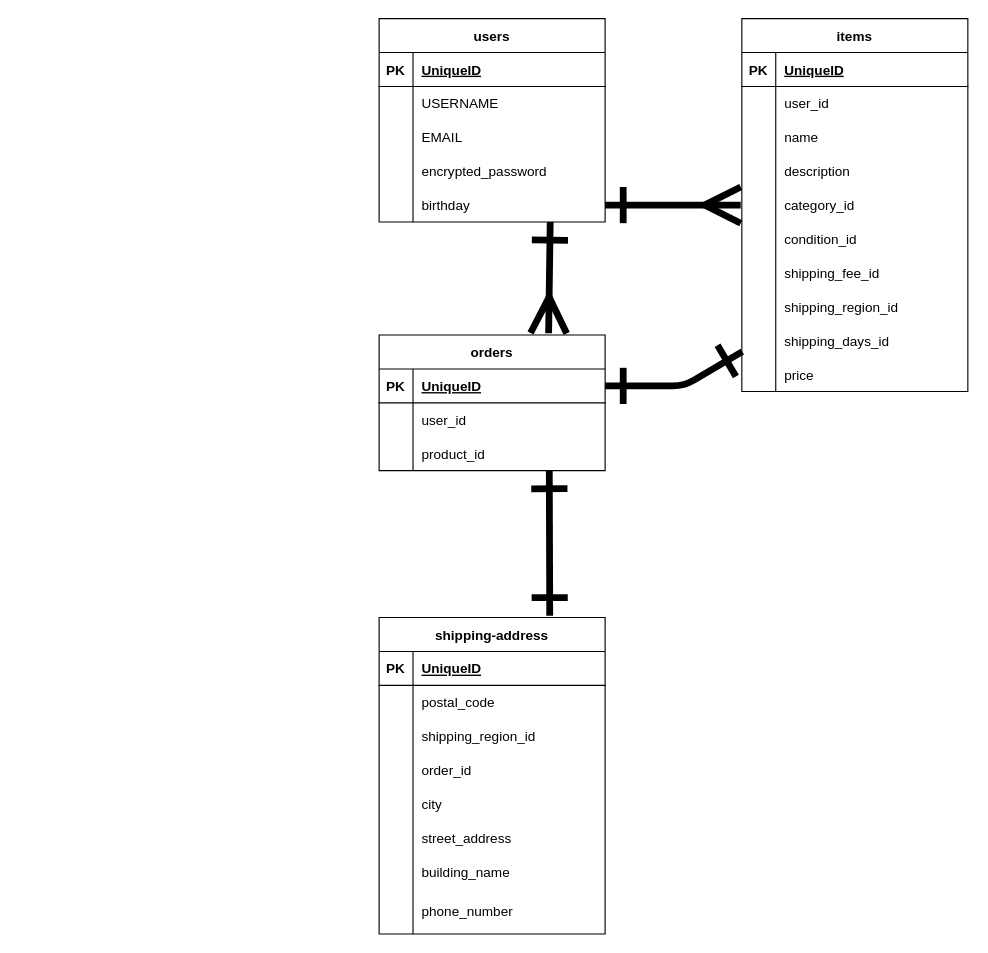
The draw.io diagram furima.dio in morozoff0613/furima-39320, before the edit. Source tidied: cells renumbered, new cells numbered last; positions are measured from the earlier drawing's top-left corner, leaving out a move shared by most shapes. Both pictures are drawn from the tidied source at 113%, with x=0, y=0 at pixel (379, 18).
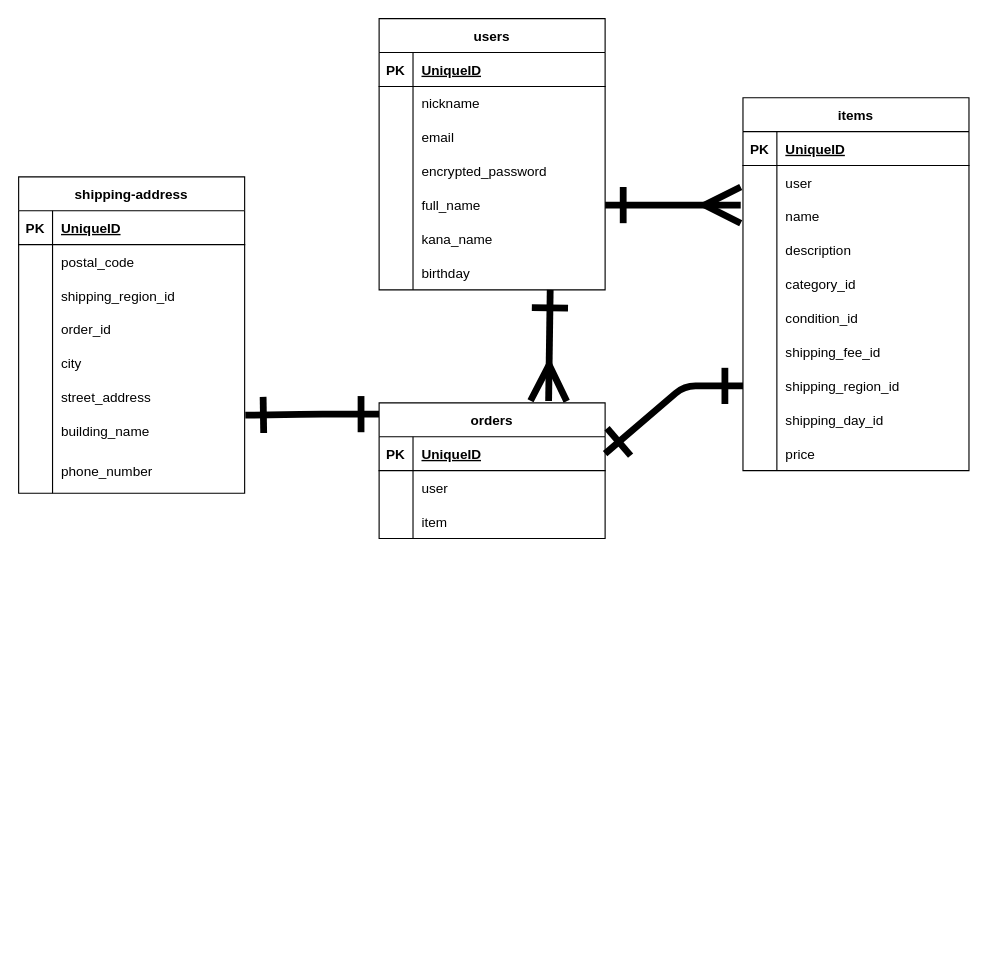
The same page after the edit.

Commit message (it also covers changes not shown here):
データベースの設計（修正2）

The change refers to these unchanged cells:
```xml
<mxCell id="22" style="shape=tableRow;horizontal=0;startSize=0;swimlaneHead=0;swimlaneBody=0;fillColor=none;points=[[0,0.5],[1,0.5]];portConstraint=eastwest;top=0;left=0;right=0;bottom=0;" parent="3" vertex="1">
  <mxGeometry y="210" width="200" height="30" as="geometry" />
</mxCell>
<mxCell id="30" style="shape=tableRow;horizontal=0;startSize=0;swimlaneHead=0;swimlaneBody=0;fillColor=none;points=[[0,0.5],[1,0.5]];portConstraint=eastwest;top=0;left=0;right=0;bottom=1;" parent="29" vertex="1">
  <mxGeometry y="30" width="200" height="30" as="geometry" />
</mxCell>
<mxCell id="33" style="shape=tableRow;horizontal=0;startSize=0;swimlaneHead=0;swimlaneBody=0;fillColor=none;top=0;left=0;right=0;bottom=0;" parent="29" vertex="1">
  <mxGeometry y="60" width="200" height="30" as="geometry" />
</mxCell>
<mxCell id="36" style="shape=tableRow;horizontal=0;startSize=0;swimlaneHead=0;swimlaneBody=0;fillColor=none;top=0;left=0;right=0;bottom=0;" parent="29" vertex="1">
  <mxGeometry y="90" width="200" height="30" as="geometry" />
</mxCell>
<mxCell id="43" style="shape=tableRow;horizontal=0;startSize=0;swimlaneHead=0;swimlaneBody=0;fillColor=none;top=0;left=0;right=0;bottom=0;" parent="39" vertex="1">
  <mxGeometry y="60" width="200" height="30" as="geometry" />
</mxCell>
<mxCell id="61" style="shape=tableRow;horizontal=0;startSize=0;swimlaneHead=0;swimlaneBody=0;fillColor=none;points=[[0,0.5],[1,0.5]];portConstraint=eastwest;top=0;left=0;right=0;bottom=0;" parent="39" vertex="1">
  <mxGeometry y="240" width="200" height="30" as="geometry" />
</mxCell>
<mxCell id="64" style="shape=tableRow;horizontal=0;startSize=0;swimlaneHead=0;swimlaneBody=0;fillColor=none;points=[[0,0.5],[1,0.5]];portConstraint=eastwest;top=0;left=0;right=0;bottom=0;" parent="39" vertex="1">
  <mxGeometry y="270" width="200" height="30" as="geometry" />
</mxCell>
<mxCell id="74" style="shape=tableRow;horizontal=0;startSize=0;swimlaneHead=0;swimlaneBody=0;fillColor=none;top=0;left=0;right=0;bottom=0;" parent="70" vertex="1">
  <mxGeometry y="60" width="200" height="30" as="geometry" />
</mxCell>
<mxCell id="77" style="shape=tableRow;horizontal=0;startSize=0;swimlaneHead=0;swimlaneBody=0;fillColor=none;top=0;left=0;right=0;bottom=0;" parent="70" vertex="1">
  <mxGeometry y="90" width="200" height="30" as="geometry" />
</mxCell>
```

The edit, as a diff of the source:
```diff
@@
-    <mxCell id="2" style="edgeStyle=none;rounded=1;html=1;entryX=0.753;entryY=1.04;entryDx=0;entryDy=0;entryPerimeter=0;strokeWidth=6;startArrow=ERone;startFill=0;endArrow=ERone;endFill=0;startSize=25;endSize=25;sourcePerimeterSpacing=25;targetPerimeterSpacing=25;" parent="1" edge="1">
+    <mxCell id="2" style="edgeStyle=none;rounded=1;html=1;entryX=1.003;entryY=0.031;entryDx=0;entryDy=0;entryPerimeter=0;strokeWidth=6;startArrow=ERone;startFill=0;endArrow=ERone;endFill=0;startSize=25;endSize=25;sourcePerimeterSpacing=25;targetPerimeterSpacing=25;" parent="1" edge="1" target="22">
       <mxGeometry relative="1" as="geometry">
-        <mxPoint x="151" y="528.4" as="sourcePoint" />
-        <mxPoint x="150.6" y="400" as="targetPoint" />
+        <mxPoint y="350" as="sourcePoint" />
+        <Array as="points">
+          <mxPoint x="-30" y="350" />
+          <mxPoint x="-60" y="350" />
+        </Array>
       </mxGeometry>
     </mxCell>
     <mxCell id="3" value="shipping-address" style="shape=table;startSize=30;childLayout=tableLayout;rowLines=0;fontStyle=1;align=center;" parent="1" vertex="1">
-      <mxGeometry y="530" width="200" height="280" as="geometry" />
+      <mxGeometry x="-319" y="140" width="200" height="280" as="geometry" />
     </mxCell>
@@
     <mxCell id="28" style="edgeStyle=none;rounded=1;html=1;entryX=0.757;entryY=1.08;entryDx=0;entryDy=0;entryPerimeter=0;strokeWidth=6;endArrow=ERone;endFill=0;startSize=25;endSize=25;targetPerimeterSpacing=25;startArrow=ERmany;startFill=0;sourcePerimeterSpacing=25;" parent="1" edge="1">
       <mxGeometry relative="1" as="geometry">
-        <mxPoint x="150" y="278.4" as="sourcePoint" />
-        <mxPoint x="151.4" y="180" as="targetPoint" />
+        <mxPoint x="150" y="338.4" as="sourcePoint" />
+        <mxPoint x="151.4" y="240" as="targetPoint" />
       </mxGeometry>
     </mxCell>
     <mxCell id="29" value="orders" style="shape=table;startSize=30;childLayout=tableLayout;rowLines=0;fontStyle=1;align=center;" parent="1" vertex="1">
-      <mxGeometry y="280" width="200" height="120" as="geometry" />
+      <mxGeometry y="340" width="200" height="120" as="geometry" />
     </mxCell>
@@
-    <mxCell id="35" value="user_id" style="shape=partialRectangle;fillColor=none;top=0;left=0;bottom=0;right=0;align=left;spacingLeft=6;overflow=hidden;" parent="33" vertex="1">
+    <mxCell id="35" value="user" style="shape=partialRectangle;fillColor=none;top=0;left=0;bottom=0;right=0;align=left;spacingLeft=6;overflow=hidden;" parent="33" vertex="1">
       <mxGeometry x="30" width="170" height="30" as="geometry" />
     </mxCell>
@@
-    <mxCell id="38" value="product_id" style="shape=partialRectangle;fillColor=none;top=0;left=0;bottom=0;right=0;align=left;spacingLeft=6;overflow=hidden;" parent="36" vertex="1">
+    <mxCell id="38" value="item" style="shape=partialRectangle;fillColor=none;top=0;left=0;bottom=0;right=0;align=left;spacingLeft=6;overflow=hidden;" parent="36" vertex="1">
       <mxGeometry x="30" width="170" height="30" as="geometry" />
     </mxCell>
     <mxCell id="39" value="items" style="shape=table;startSize=30;childLayout=tableLayout;rowLines=0;fontStyle=1;align=center;" parent="1" vertex="1">
-      <mxGeometry x="321" width="200" height="330" as="geometry" />
+      <mxGeometry x="322" y="70" width="200" height="330" as="geometry" />
     </mxCell>
@@
-    <mxCell id="45" value="user_id" style="shape=partialRectangle;fillColor=none;top=0;left=0;bottom=0;right=0;align=left;spacingLeft=6;overflow=hidden;" parent="43" vertex="1">
+    <mxCell id="45" value="user" style="shape=partialRectangle;fillColor=none;top=0;left=0;bottom=0;right=0;align=left;spacingLeft=6;overflow=hidden;" parent="43" vertex="1">
       <mxGeometry x="30" width="170" height="30" as="geometry" />
     </mxCell>
@@
-    <mxCell id="66" value="shipping_days_id" style="shape=partialRectangle;fillColor=none;top=0;left=0;bottom=0;right=0;align=left;spacingLeft=6;overflow=hidden;" parent="64" vertex="1">
+    <mxCell id="66" value="shipping_day_id" style="shape=partialRectangle;fillColor=none;top=0;left=0;bottom=0;right=0;align=left;spacingLeft=6;overflow=hidden;" parent="64" vertex="1">
       <mxGeometry x="30" width="170" height="30" as="geometry" />
     </mxCell>
@@
     <mxCell id="70" value="users" style="shape=table;startSize=30;childLayout=tableLayout;rowLines=0;fontStyle=1;align=center;" parent="1" vertex="1">
-      <mxGeometry width="200" height="180" as="geometry" />
+      <mxGeometry width="200" height="240" as="geometry" />
     </mxCell>
@@
-    <mxCell id="76" value="USERNAME " style="shape=partialRectangle;fillColor=none;top=0;left=0;bottom=0;right=0;align=left;spacingLeft=6;overflow=hidden;" parent="74" vertex="1">
+    <mxCell id="76" value="nickname" style="shape=partialRectangle;fillColor=none;top=0;left=0;bottom=0;right=0;align=left;spacingLeft=6;overflow=hidden;" parent="74" vertex="1">
       <mxGeometry x="30" width="170" height="30" as="geometry" />
     </mxCell>
@@
-    <mxCell id="79" value="EMAIL" style="shape=partialRectangle;fillColor=none;top=0;left=0;bottom=0;right=0;align=left;spacingLeft=6;overflow=hidden;" parent="77" vertex="1">
+    <mxCell id="79" value="email" style="shape=partialRectangle;fillColor=none;top=0;left=0;bottom=0;right=0;align=left;spacingLeft=6;overflow=hidden;" parent="77" vertex="1">
       <mxGeometry x="30" width="170" height="30" as="geometry" />
     </mxCell>
@@
+    <mxCell id="88" style="shape=tableRow;horizontal=0;startSize=0;swimlaneHead=0;swimlaneBody=0;fillColor=none;points=[[0,0.5],[1,0.5]];portConstraint=eastwest;top=0;left=0;right=0;bottom=0;" parent="70" vertex="1">
+      <mxGeometry y="150" width="200" height="30" as="geometry" />
+    </mxCell>
+    <mxCell id="89" style="shape=partialRectangle;fillColor=none;top=0;left=0;bottom=0;right=0;overflow=hidden;" parent="88" vertex="1">
+      <mxGeometry width="30" height="30" as="geometry" />
+    </mxCell>
+    <mxCell id="90" value="full_name" style="shape=partialRectangle;fillColor=none;top=0;left=0;bottom=0;right=0;align=left;spacingLeft=6;overflow=hidden;" parent="88" vertex="1">
+      <mxGeometry x="30" width="170" height="30" as="geometry" />
+    </mxCell>
+    <mxCell id="91" style="shape=tableRow;horizontal=0;startSize=0;swimlaneHead=0;swimlaneBody=0;fillColor=none;top=0;left=0;right=0;bottom=0;" parent="70" vertex="1">
+      <mxGeometry y="180" width="200" height="30" as="geometry" />
+    </mxCell>
+    <mxCell id="92" style="shape=partialRectangle;fillColor=none;top=0;left=0;bottom=0;right=0;overflow=hidden;" parent="91" vertex="1">
+      <mxGeometry width="30" height="30" as="geometry" />
+    </mxCell>
+    <mxCell id="93" value="kana_name" style="shape=partialRectangle;fillColor=none;top=0;left=0;bottom=0;right=0;align=left;spacingLeft=6;overflow=hidden;" parent="91" vertex="1">
+      <mxGeometry x="30" width="170" height="30" as="geometry" />
+    </mxCell>
     <mxCell id="83" style="shape=tableRow;horizontal=0;startSize=0;swimlaneHead=0;swimlaneBody=0;fillColor=none;points=[[0,0.5],[1,0.5]];portConstraint=eastwest;top=0;left=0;right=0;bottom=0;" parent="70" vertex="1">
-      <mxGeometry y="150" width="200" height="30" as="geometry" />
+      <mxGeometry y="210" width="200" height="30" as="geometry" />
     </mxCell>
@@
-    <mxCell id="86" style="edgeStyle=none;html=1;exitX=1;exitY=0.5;exitDx=0;exitDy=0;endArrow=ERmany;endFill=0;startSize=25;strokeWidth=6;targetPerimeterSpacing=25;endSize=25;rounded=1;startArrow=ERone;startFill=0;" parent="1" edge="1" source="83">
+    <mxCell id="86" style="edgeStyle=none;html=1;endArrow=ERmany;endFill=0;startSize=25;strokeWidth=6;targetPerimeterSpacing=25;endSize=25;rounded=1;startArrow=ERone;startFill=0;" parent="1" edge="1" source="88">
       <mxGeometry relative="1" as="geometry">
         <mxPoint x="320" y="165" as="targetPoint" />
+        <Array as="points">
+          <mxPoint x="250" y="165" />
+        </Array>
       </mxGeometry>
     </mxCell>
-    <mxCell id="87" style="edgeStyle=none;rounded=1;html=1;entryX=0.002;entryY=0.824;entryDx=0;entryDy=0;strokeWidth=6;startArrow=ERone;startFill=0;endArrow=ERone;endFill=0;startSize=25;endSize=25;sourcePerimeterSpacing=25;targetPerimeterSpacing=25;exitX=1;exitY=0.5;exitDx=0;exitDy=0;entryPerimeter=0;" parent="1" edge="1" source="30" target="64">
+    <mxCell id="87" style="edgeStyle=none;rounded=1;html=1;entryX=0;entryY=0.5;entryDx=0;entryDy=0;strokeWidth=6;startArrow=ERone;startFill=0;endArrow=ERone;endFill=0;startSize=25;endSize=25;sourcePerimeterSpacing=25;targetPerimeterSpacing=25;exitX=1;exitY=0.5;exitDx=0;exitDy=0;" parent="1" edge="1" source="30" target="61">
       <mxGeometry relative="1" as="geometry">
         <Array as="points">
           <mxPoint x="270" y="325" />
         </Array>
       </mxGeometry>
     </mxCell>
```
